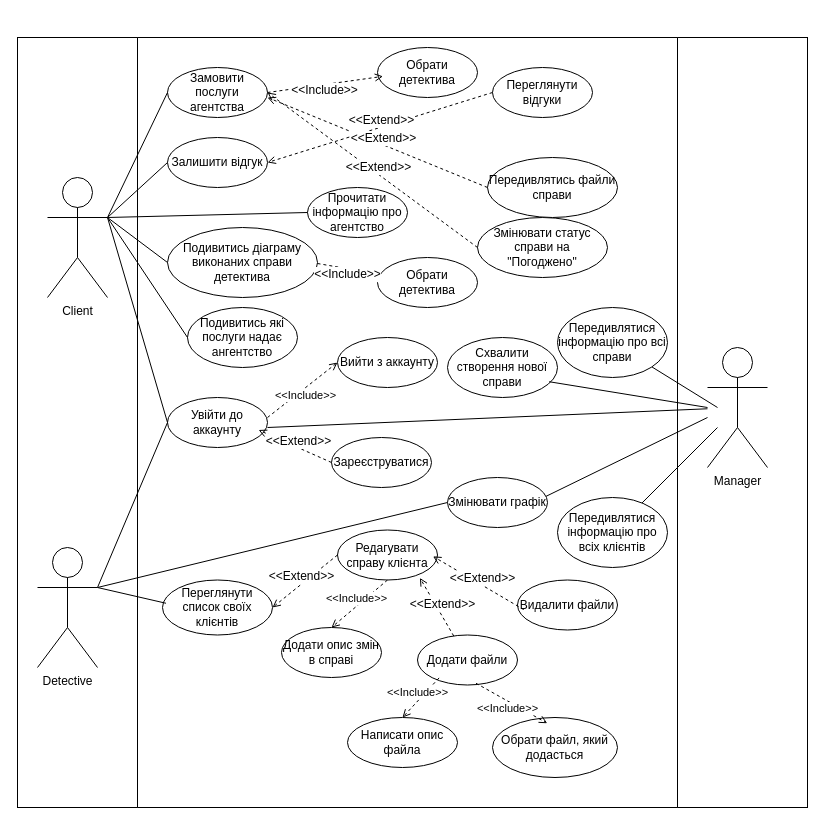
The draw.io diagram Преценденти.drawio in Blaxwo/detective_agency, before the edit. Source tidied: cells renumbered, new cells numbered last; positions are measured from the earlier drawing's top-left corner, leaving out a move shared by most shapes. Both pictures are drawn from the tidied source at 100%, with x=0, y=0 at pixel (17, 37).
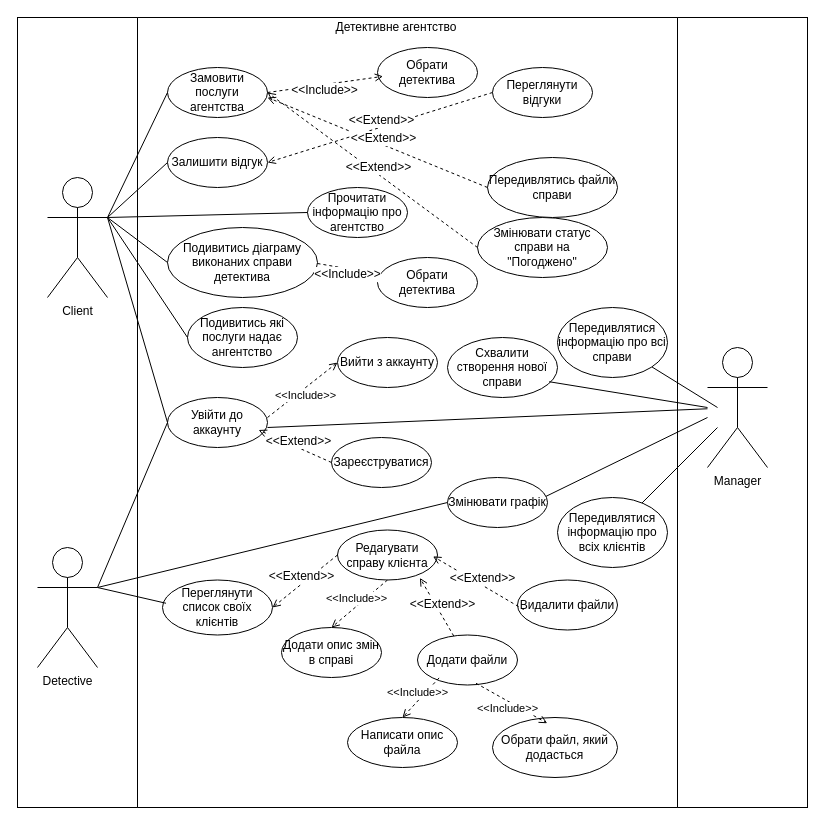
Above is the later version.

Diff of the diagram source:
```diff
@@
     <mxCell id="2" style="rounded=0;whiteSpace=wrap;html=1;" parent="1" vertex="1">
-      <mxGeometry x="660" width="130" height="770" as="geometry" />
+      <mxGeometry x="660" y="-20" width="130" height="790" as="geometry" />
     </mxCell>
     <mxCell id="3" style="rounded=0;whiteSpace=wrap;html=1;" parent="1" vertex="1">
-      <mxGeometry width="120" height="770" as="geometry" />
+      <mxGeometry y="-20" width="120" height="790" as="geometry" />
     </mxCell>
     <mxCell id="4" style="verticalLabelPosition=bottom;verticalAlign=top;html=1;shape=mxgraph.basic.rect;fillColor2=none;strokeWidth=1;size=20;indent=5;" parent="1" vertex="1">
-      <mxGeometry x="120" width="540" height="770" as="geometry" />
+      <mxGeometry x="120" y="-20" width="540" height="790" as="geometry" />
     </mxCell>
@@
+    <mxCell id="59" value="Детективне агентство" style="rounded=0;whiteSpace=wrap;html=1;strokeWidth=0;fillColor=none;strokeColor=none;" parent="1" vertex="1">
+      <mxGeometry x="314" y="-20" width="130" height="20" as="geometry" />
+    </mxCell>
```
